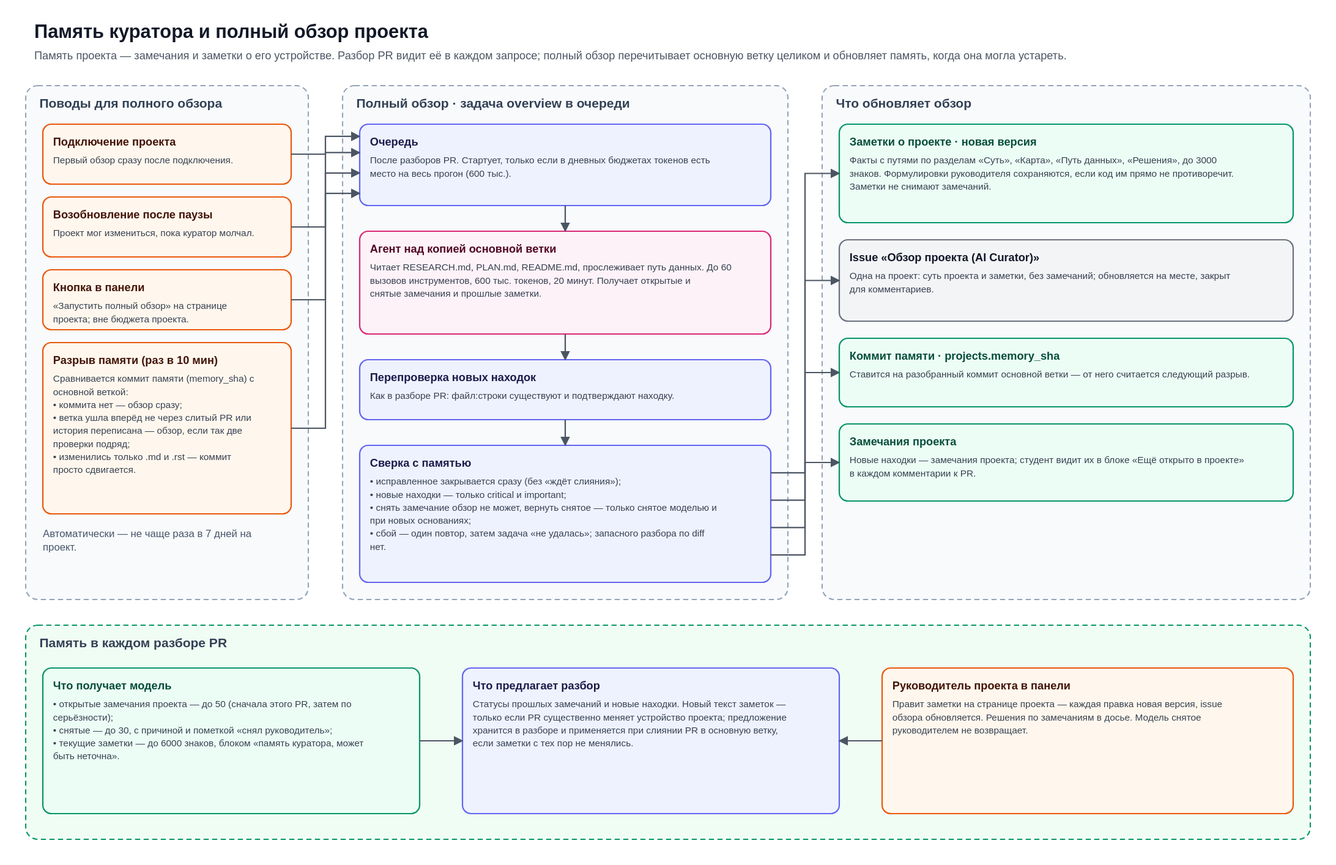
Above: docs/документация/схемы/04 память и полный обзор.drawio.svg in Riddars/ai-mentor (draw.io), before the change. Source tidied: cells renumbered, new cells last; positions are measured from the earlier drawing's top-left corner, leaving out a move shared by most shapes.
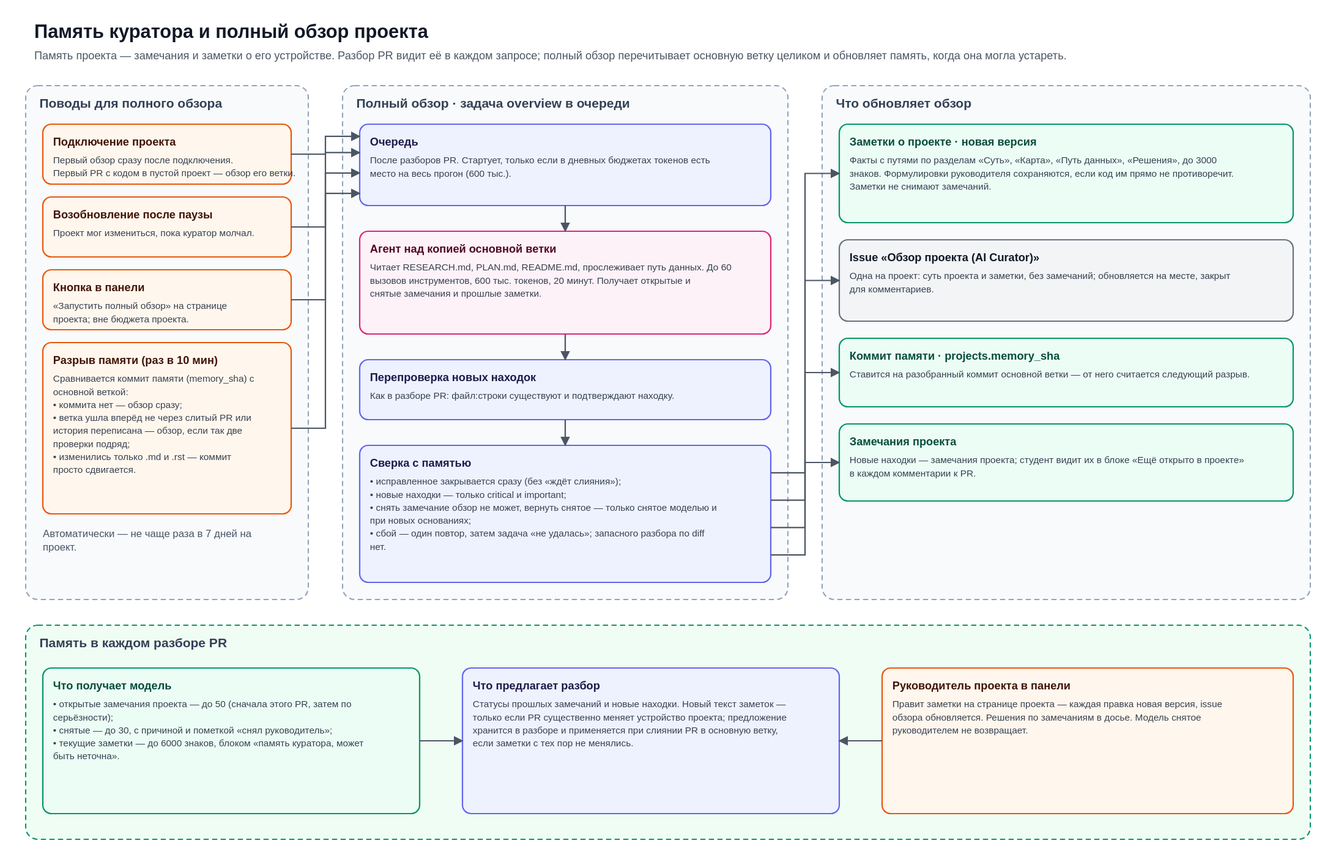
After the commit.

The edit, as a diff of the source:
```diff
@@ -20,7 +20,7 @@
     <mxCell id="7" value="Память проекта — замечания и заметки о его устройстве. Разбор PR видит её в каждом запросе; полный обзор перечитывает основную ветку целиком и обновляет память, когда она могла устареть." style="text;html=1;whiteSpace=wrap;align=left;verticalAlign=top;fontFamily=Helvetica;fontSize=13;fontColor=#4B5563;fontStyle=0;" parent="1" vertex="1">
       <mxGeometry x="10" y="34" width="1480" height="21.6" as="geometry" />
     </mxCell>
-    <mxCell id="8" value="&lt;b style=&quot;font-size:13px;color:#431407&quot;&gt;Подключение проекта&lt;/b&gt;&lt;div style=&quot;font-size:11px;color:#374151;margin-top:4px&quot;&gt;Первый обзор сразу после подключения.&lt;/div&gt;" style="rounded=1;arcSize=8;whiteSpace=wrap;html=1;fillColor=#FFF7ED;strokeColor=#EA580C;strokeWidth=1.6;verticalAlign=top;align=left;spacingLeft=10;spacingRight=10;spacingTop=4;fontFamily=Helvetica;" parent="1" vertex="1">
+    <mxCell id="8" value="&lt;b style=&quot;font-size:13px;color:#431407&quot;&gt;Подключение проекта&lt;/b&gt;&lt;div style=&quot;font-size:11px;color:#374151;margin-top:4px&quot;&gt;Первый обзор сразу после подключения.&lt;/div&gt;&lt;div style=&quot;font-size:11px;color:#374151;margin-top:2px&quot;&gt;Первый PR с кодом в пустой проект — обзор его ветки.&lt;/div&gt;" style="rounded=1;arcSize=8;whiteSpace=wrap;html=1;fillColor=#FFF7ED;strokeColor=#EA580C;strokeWidth=1.6;verticalAlign=top;align=left;spacingLeft=10;spacingRight=10;spacingTop=4;fontFamily=Helvetica;" parent="1" vertex="1">
       <mxGeometry x="20" y="123" width="290" height="70" as="geometry" />
     </mxCell>
     <mxCell id="9" value="&lt;b style=&quot;font-size:13px;color:#431407&quot;&gt;Возобновление после паузы&lt;/b&gt;&lt;div style=&quot;font-size:11px;color:#374151;margin-top:4px&quot;&gt;Проект мог измениться, пока куратор молчал.&lt;/div&gt;" style="rounded=1;arcSize=8;whiteSpace=wrap;html=1;fillColor=#FFF7ED;strokeColor=#EA580C;strokeWidth=1.6;verticalAlign=top;align=left;spacingLeft=10;spacingRight=10;spacingTop=4;fontFamily=Helvetica;" parent="1" vertex="1">
```
